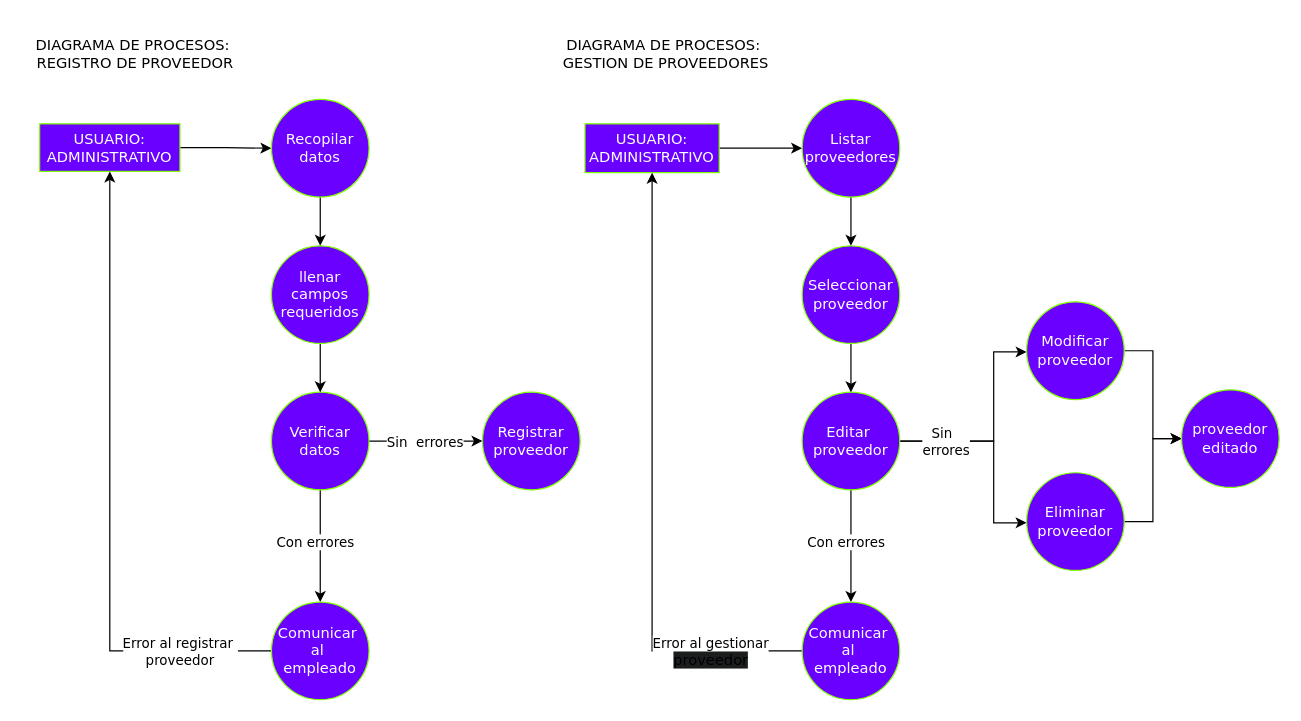
Before: page "REGISTRAR PROVEEDOR" (3 of 6) of diagrama de procesos/Diagrama de procesos.drawio in DevMaik-Droid/SistemaVentas, a draw.io diagram. Source tidied: cells renumbered, new cells numbered last; positions are measured from the earlier drawing's top-left corner, leaving out a move shared by most shapes. Both pictures are drawn from the tidied source at 122%, with x=0, y=0 at pixel (21, 28).
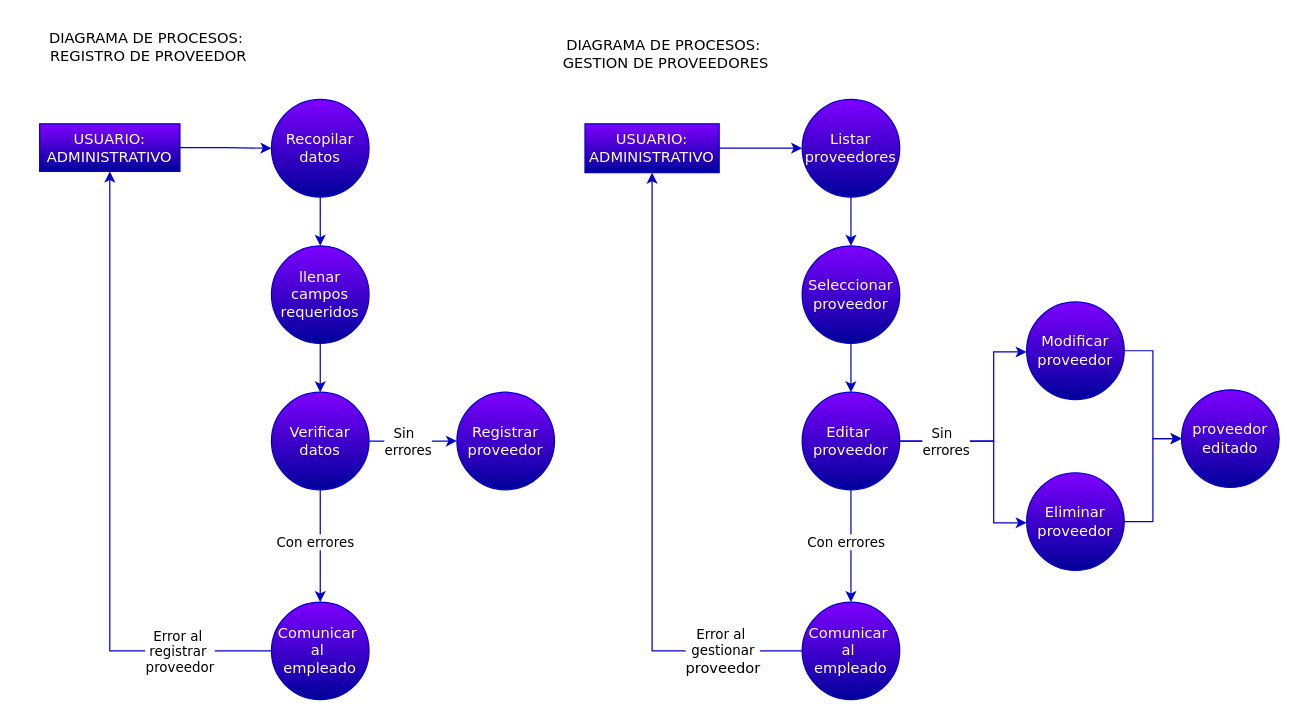
The same page after the edit.

Commit message (it also covers changes not shown here):
diagrama de procesos

ya editado denle una leida

Change to the diagram source:
```diff
@@
-<mxGraphModel>
+<mxGraphModel background="#ffffff">
@@
-    <mxCell id="2" value="DIAGRAMA DE PROCESOS:&amp;nbsp;&lt;div&gt;&lt;span style=&quot;background-color: initial;&quot;&gt;REGISTRO DE PROVEEDOR&lt;/span&gt;&lt;/div&gt;" style="text;html=1;align=center;verticalAlign=middle;strokeColor=none;fillColor=none;fontFamily=Verdana;" parent="1" vertex="1">
-      <mxGeometry width="186" height="41" as="geometry" />
+    <mxCell id="2" value="DIAGRAMA DE PROCESOS:&amp;nbsp;&lt;div&gt;&lt;span style=&quot;background-color: initial;&quot;&gt;REGISTRO DE PROVEEDOR&lt;/span&gt;&lt;/div&gt;" style="text;html=1;align=center;verticalAlign=middle;strokeColor=none;fillColor=none;fontFamily=Verdana;fontColor=#000000;" parent="1" vertex="1">
+      <mxGeometry x="11" y="-6" width="186" height="41" as="geometry" />
     </mxCell>
-    <mxCell id="3" style="edgeStyle=orthogonalEdgeStyle;rounded=0;jettySize=auto;html=1;fontFamily=Verdana;" parent="1" edge="1" source="4" target="6">
+    <mxCell id="3" style="edgeStyle=orthogonalEdgeStyle;rounded=0;jettySize=auto;html=1;fontFamily=Verdana;strokeColor=#0000CC;" parent="1" edge="1" source="4" target="6">
       <mxGeometry relative="1" as="geometry" />
     </mxCell>
-    <mxCell id="4" value="USUARIO:&lt;div&gt;ADMINISTRATIVO&lt;/div&gt;" style="whiteSpace=wrap;html=1;fillColor=#6a00ff;fontColor=#ffffff;strokeColor=#80FF00;fontFamily=Verdana;" parent="1" vertex="1">
+    <mxCell id="4" value="USUARIO:&lt;div&gt;ADMINISTRATIVO&lt;/div&gt;" style="whiteSpace=wrap;html=1;fillColor=#7F00FF;fontColor=#ffffff;strokeColor=#0000CC;fontFamily=Verdana;gradientColor=#000099;" parent="1" vertex="1">
       <mxGeometry x="15" y="78" width="115" height="39" as="geometry" />
     </mxCell>
-    <mxCell id="5" style="edgeStyle=orthogonalEdgeStyle;rounded=0;jettySize=auto;html=1;fontFamily=Verdana;" parent="1" edge="1" source="6" target="17">
+    <mxCell id="5" style="edgeStyle=orthogonalEdgeStyle;rounded=0;jettySize=auto;html=1;fontFamily=Verdana;strokeColor=#0000CC;" parent="1" edge="1" source="6" target="17">
       <mxGeometry relative="1" as="geometry" />
     </mxCell>
-    <mxCell id="6" value="&lt;div&gt;Recopilar&lt;/div&gt;&lt;div&gt;datos&lt;/div&gt;" style="ellipse;whiteSpace=wrap;html=1;fillColor=#6a00ff;fontColor=#ffffff;strokeColor=#80FF00;fontFamily=Verdana;" parent="1" vertex="1">
+    <mxCell id="6" value="&lt;div&gt;Recopilar&lt;/div&gt;&lt;div&gt;datos&lt;/div&gt;" style="ellipse;whiteSpace=wrap;html=1;fillColor=#7F00FF;fontColor=#ffffff;strokeColor=#0000CC;fontFamily=Verdana;gradientColor=#000099;" parent="1" vertex="1">
       <mxGeometry x="205" y="58" width="80" height="80" as="geometry" />
     </mxCell>
-    <mxCell id="7" style="edgeStyle=orthogonalEdgeStyle;rounded=0;jettySize=auto;html=1;fontFamily=Verdana;" parent="1" edge="1" source="11" target="14">
+    <mxCell id="7" style="edgeStyle=orthogonalEdgeStyle;rounded=0;jettySize=auto;html=1;fontFamily=Verdana;strokeColor=#0000CC;" parent="1" edge="1" source="11" target="14">
       <mxGeometry relative="1" as="geometry" />
     </mxCell>
-    <mxCell id="8" value="Con errores" style="edgeLabel;html=1;align=center;verticalAlign=middle;fontFamily=Verdana;" parent="7" vertex="1">
+    <mxCell id="8" value="Con errores" style="edgeLabel;html=1;align=center;verticalAlign=middle;fontFamily=Verdana;fontColor=#000000;labelBackgroundColor=#FFFFFF;" parent="7" vertex="1">
       <mxGeometry x="-0.39" y="-4" relative="1" as="geometry">
         <mxPoint x="-1" y="14" as="offset" />
       </mxGeometry>
     </mxCell>
-    <mxCell id="9" style="edgeStyle=orthogonalEdgeStyle;rounded=0;jettySize=auto;html=1;entryX=0;entryY=0.5;entryDx=0;entryDy=0;fontFamily=Verdana;" parent="1" edge="1" source="11" target="15">
+    <mxCell id="9" style="edgeStyle=orthogonalEdgeStyle;rounded=0;jettySize=auto;html=1;entryX=0;entryY=0.5;entryDx=0;entryDy=0;fontFamily=Verdana;strokeColor=#0000CC;" parent="1" edge="1" source="11" target="15">
       <mxGeometry relative="1" as="geometry" />
     </mxCell>
-    <mxCell id="10" value="Sin&amp;nbsp; errores" style="edgeLabel;html=1;align=center;verticalAlign=middle;fontFamily=Verdana;" parent="9" vertex="1">
+    <mxCell id="10" value="Sin&amp;nbsp;&amp;nbsp;&lt;div&gt;errores&lt;/div&gt;" style="edgeLabel;html=1;align=center;verticalAlign=middle;fontFamily=Verdana;fontColor=#000000;labelBackgroundColor=#FFFFFF;" parent="9" vertex="1">
       <mxGeometry x="-0.25" y="-2" relative="1" as="geometry">
-        <mxPoint x="10" y="-2" as="offset" />
+        <mxPoint x="4" y="-2" as="offset" />
       </mxGeometry>
     </mxCell>
-    <mxCell id="11" value="Verificar&lt;div&gt;datos&lt;/div&gt;" style="ellipse;whiteSpace=wrap;html=1;fillColor=#6a00ff;fontColor=#ffffff;strokeColor=#80FF00;fontFamily=Verdana;" parent="1" vertex="1">
+    <mxCell id="11" value="Verificar&lt;div&gt;datos&lt;/div&gt;" style="ellipse;whiteSpace=wrap;html=1;fillColor=#7F00FF;fontColor=#ffffff;strokeColor=#0000CC;fontFamily=Verdana;gradientColor=#000099;" parent="1" vertex="1">
       <mxGeometry x="205" y="298" width="80" height="80" as="geometry" />
     </mxCell>
-    <mxCell id="12" style="edgeStyle=orthogonalEdgeStyle;rounded=0;jettySize=auto;html=1;exitX=0;exitY=0.5;exitDx=0;exitDy=0;entryX=0.5;entryY=1;entryDx=0;entryDy=0;fontFamily=Verdana;" parent="1" edge="1" source="14" target="4">
+    <mxCell id="12" style="edgeStyle=orthogonalEdgeStyle;rounded=0;jettySize=auto;html=1;exitX=0;exitY=0.5;exitDx=0;exitDy=0;entryX=0.5;entryY=1;entryDx=0;entryDy=0;fontFamily=Verdana;strokeColor=#0000CC;" parent="1" edge="1" source="14" target="4">
       <mxGeometry relative="1" as="geometry" />
     </mxCell>
-    <mxCell id="13" value="Error al registrar&amp;nbsp;&lt;div&gt;proveedor&lt;/div&gt;" style="edgeLabel;html=1;align=center;verticalAlign=middle;fontFamily=Verdana;" parent="12" vertex="1">
+    <mxCell id="13" value="Error al&amp;nbsp;&lt;div&gt;registrar&amp;nbsp;&lt;div&gt;proveedor&lt;/div&gt;&lt;/div&gt;" style="edgeLabel;html=1;align=center;verticalAlign=middle;fontFamily=Verdana;fontColor=#000000;labelBackgroundColor=#FFFFFF;" parent="12" vertex="1">
       <mxGeometry x="-0.55" y="-4" relative="1" as="geometry">
         <mxPoint x="42" y="4" as="offset" />
       </mxGeometry>
     </mxCell>
-    <mxCell id="14" value="Comunicar&amp;nbsp;&lt;div&gt;al&amp;nbsp; empleado&lt;/div&gt;" style="ellipse;whiteSpace=wrap;html=1;fillColor=#6a00ff;fontColor=#ffffff;strokeColor=#80FF00;fontFamily=Verdana;" parent="1" vertex="1">
+    <mxCell id="14" value="Comunicar&amp;nbsp;&lt;div&gt;al&amp;nbsp; empleado&lt;/div&gt;" style="ellipse;whiteSpace=wrap;html=1;fillColor=#7F00FF;fontColor=#ffffff;strokeColor=#0000CC;fontFamily=Verdana;gradientColor=#000099;" parent="1" vertex="1">
       <mxGeometry x="205" y="470" width="80" height="80" as="geometry" />
     </mxCell>
-    <mxCell id="15" value="Registrar&lt;div&gt;proveedor&lt;/div&gt;" style="ellipse;whiteSpace=wrap;html=1;fillColor=#6a00ff;fontColor=#ffffff;strokeColor=#80FF00;fontFamily=Verdana;" parent="1" vertex="1">
-      <mxGeometry x="378" y="298" width="80" height="80" as="geometry" />
+    <mxCell id="15" value="Registrar&lt;div&gt;proveedor&lt;/div&gt;" style="ellipse;whiteSpace=wrap;html=1;fillColor=#7F00FF;fontColor=#ffffff;strokeColor=#0000CC;fontFamily=Verdana;gradientColor=#000099;" parent="1" vertex="1">
+      <mxGeometry x="357" y="298" width="80" height="80" as="geometry" />
     </mxCell>
-    <mxCell id="16" style="edgeStyle=orthogonalEdgeStyle;rounded=0;jettySize=auto;html=1;fontFamily=Verdana;" parent="1" edge="1" source="17" target="11">
+    <mxCell id="16" style="edgeStyle=orthogonalEdgeStyle;rounded=0;jettySize=auto;html=1;fontFamily=Verdana;strokeColor=#0000CC;" parent="1" edge="1" source="17" target="11">
       <mxGeometry relative="1" as="geometry" />
     </mxCell>
-    <mxCell id="17" value="&lt;div&gt;llenar&lt;/div&gt;&lt;div&gt;campos requeridos&lt;/div&gt;" style="ellipse;whiteSpace=wrap;html=1;fillColor=#6a00ff;fontColor=#ffffff;strokeColor=#80FF00;fontFamily=Verdana;" parent="1" vertex="1">
+    <mxCell id="17" value="&lt;div&gt;llenar&lt;/div&gt;&lt;div&gt;campos requeridos&lt;/div&gt;" style="ellipse;whiteSpace=wrap;html=1;fillColor=#7F00FF;fontColor=#ffffff;strokeColor=#0000CC;fontFamily=Verdana;gradientColor=#000099;" parent="1" vertex="1">
       <mxGeometry x="205" y="178" width="80" height="80" as="geometry" />
     </mxCell>
-    <mxCell id="18" value="DIAGRAMA DE PROCESOS:&amp;nbsp;&lt;div&gt;&lt;span style=&quot;background-color: initial;&quot;&gt;GESTION DE PROVEEDORES&lt;/span&gt;&lt;/div&gt;" style="text;html=1;align=center;verticalAlign=middle;strokeColor=none;fillColor=none;fontFamily=Verdana;" parent="1" vertex="1">
+    <mxCell id="18" value="DIAGRAMA DE PROCESOS:&amp;nbsp;&lt;div&gt;&lt;span style=&quot;background-color: initial;&quot;&gt;GESTION DE PROVEEDORES&lt;/span&gt;&lt;/div&gt;" style="text;html=1;align=center;verticalAlign=middle;strokeColor=none;fillColor=none;fontFamily=Verdana;fontColor=#000000;" parent="1" vertex="1">
       <mxGeometry x="433" width="190" height="41" as="geometry" />
     </mxCell>
-    <mxCell id="19" style="edgeStyle=orthogonalEdgeStyle;rounded=0;jettySize=auto;html=1;fontFamily=Verdana;" parent="1" edge="1" source="20" target="22">
+    <mxCell id="19" style="edgeStyle=orthogonalEdgeStyle;rounded=0;jettySize=auto;html=1;fontFamily=Verdana;strokeColor=#0000CC;" parent="1" edge="1" source="20" target="22">
       <mxGeometry relative="1" as="geometry" />
     </mxCell>
-    <mxCell id="20" value="USUARIO:&lt;div&gt;ADMINISTRATIVO&lt;/div&gt;" style="whiteSpace=wrap;html=1;fillColor=#6a00ff;fontColor=#ffffff;strokeColor=#80FF00;fontFamily=Verdana;" parent="1" vertex="1">
+    <mxCell id="20" value="USUARIO:&lt;div&gt;ADMINISTRATIVO&lt;/div&gt;" style="whiteSpace=wrap;html=1;fillColor=#7F00FF;fontColor=#ffffff;strokeColor=#0000CC;fontFamily=Verdana;gradientColor=#000099;" parent="1" vertex="1">
       <mxGeometry x="462" y="78" width="110" height="40" as="geometry" />
     </mxCell>
-    <mxCell id="21" style="edgeStyle=orthogonalEdgeStyle;rounded=0;jettySize=auto;html=1;fontFamily=Verdana;" parent="1" edge="1" source="22" target="35">
+    <mxCell id="21" style="edgeStyle=orthogonalEdgeStyle;rounded=0;jettySize=auto;html=1;fontFamily=Verdana;strokeColor=#0000CC;" parent="1" edge="1" source="22" target="35">
       <mxGeometry relative="1" as="geometry" />
     </mxCell>
-    <mxCell id="22" value="Listar&lt;div&gt;proveedores&lt;/div&gt;" style="ellipse;whiteSpace=wrap;html=1;fillColor=#6a00ff;fontColor=#ffffff;strokeColor=#80FF00;fontFamily=Verdana;" parent="1" vertex="1">
+    <mxCell id="22" value="Listar&lt;div&gt;proveedores&lt;/div&gt;" style="ellipse;whiteSpace=wrap;html=1;fillColor=#7F00FF;fontColor=#ffffff;strokeColor=#0000CC;fontFamily=Verdana;gradientColor=#000099;" parent="1" vertex="1">
       <mxGeometry x="640" y="58" width="80" height="80" as="geometry" />
     </mxCell>
-    <mxCell id="23" style="edgeStyle=orthogonalEdgeStyle;rounded=0;jettySize=auto;html=1;fontFamily=Verdana;" parent="1" edge="1" source="28" target="31">
+    <mxCell id="23" style="edgeStyle=orthogonalEdgeStyle;rounded=0;jettySize=auto;html=1;fontFamily=Verdana;strokeColor=#0000CC;" parent="1" edge="1" source="28" target="31">
       <mxGeometry relative="1" as="geometry" />
     </mxCell>
-    <mxCell id="24" value="Con errores" style="edgeLabel;html=1;align=center;verticalAlign=middle;fontFamily=Verdana;" parent="23" vertex="1">
+    <mxCell id="24" value="Con errores" style="edgeLabel;html=1;align=center;verticalAlign=middle;fontFamily=Verdana;fontColor=#000000;labelBackgroundColor=#FFFFFF;" parent="23" vertex="1">
       <mxGeometry x="-0.39" y="-4" relative="1" as="geometry">
         <mxPoint x="-1" y="14" as="offset" />
       </mxGeometry>
     </mxCell>
-    <mxCell id="25" style="edgeStyle=orthogonalEdgeStyle;rounded=0;jettySize=auto;html=1;fontFamily=Verdana;" parent="1" edge="1" source="28" target="33">
+    <mxCell id="25" style="edgeStyle=orthogonalEdgeStyle;rounded=0;jettySize=auto;html=1;fontFamily=Verdana;strokeColor=#0000CC;" parent="1" edge="1" source="28" target="33">
       <mxGeometry relative="1" as="geometry">
         <Array as="points">
           <mxPoint x="797" y="338" />
           <mxPoint x="797" y="265" />
         </Array>
       </mxGeometry>
     </mxCell>
-    <mxCell id="26" style="edgeStyle=orthogonalEdgeStyle;rounded=0;jettySize=auto;html=1;fontFamily=Verdana;" parent="1" edge="1" source="28" target="37">
+    <mxCell id="26" style="edgeStyle=orthogonalEdgeStyle;rounded=0;jettySize=auto;html=1;fontFamily=Verdana;strokeColor=#0000CC;" parent="1" edge="1" source="28" target="37">
       <mxGeometry relative="1" as="geometry">
         <Array as="points">
           <mxPoint x="797" y="338" />
           <mxPoint x="797" y="405" />
         </Array>
       </mxGeometry>
     </mxCell>
-    <mxCell id="27" value="Sin&amp;nbsp;&amp;nbsp;&lt;div&gt;errores&lt;/div&gt;" style="edgeLabel;html=1;align=center;verticalAlign=middle;fontFamily=Verdana;" parent="26" vertex="1">
+    <mxCell id="27" value="Sin&amp;nbsp;&amp;nbsp;&lt;div&gt;errores&lt;/div&gt;" style="edgeLabel;html=1;align=center;verticalAlign=middle;fontFamily=Verdana;fontColor=#000000;labelBackgroundColor=#FFFFFF;" parent="26" vertex="1">
       <mxGeometry x="-0.46" relative="1" as="geometry">
         <mxPoint x="-9" as="offset" />
       </mxGeometry>
     </mxCell>
-    <mxCell id="28" value="Editar&amp;nbsp;&lt;div&gt;proveedor&lt;/div&gt;" style="ellipse;whiteSpace=wrap;html=1;fillColor=#6a00ff;fontColor=#ffffff;strokeColor=#80FF00;fontFamily=Verdana;" parent="1" vertex="1">
+    <mxCell id="28" value="Editar&amp;nbsp;&lt;div&gt;proveedor&lt;/div&gt;" style="ellipse;whiteSpace=wrap;html=1;fillColor=#7F00FF;fontColor=#ffffff;strokeColor=#0000CC;fontFamily=Verdana;gradientColor=#000099;" parent="1" vertex="1">
       <mxGeometry x="640" y="298" width="80" height="80" as="geometry" />
     </mxCell>
-    <mxCell id="29" style="edgeStyle=orthogonalEdgeStyle;rounded=0;jettySize=auto;html=1;exitX=0;exitY=0.5;exitDx=0;exitDy=0;entryX=0.5;entryY=1;entryDx=0;entryDy=0;fontFamily=Verdana;" parent="1" edge="1" source="31" target="20">
+    <mxCell id="29" style="edgeStyle=orthogonalEdgeStyle;rounded=0;jettySize=auto;html=1;exitX=0;exitY=0.5;exitDx=0;exitDy=0;entryX=0.5;entryY=1;entryDx=0;entryDy=0;fontFamily=Verdana;strokeColor=#0000CC;" parent="1" edge="1" source="31" target="20">
       <mxGeometry relative="1" as="geometry" />
     </mxCell>
-    <mxCell id="30" value="Error al gestionar&lt;div&gt;&lt;span style=&quot;font-size: 12px; text-wrap: wrap; background-color: rgb(27, 29, 30);&quot;&gt;proveedor&lt;/span&gt;&lt;br&gt;&lt;/div&gt;" style="edgeLabel;html=1;align=center;verticalAlign=middle;fontFamily=Verdana;" parent="29" vertex="1">
+    <mxCell id="30" value="Error al&amp;nbsp;&lt;div&gt;gestionar&lt;div&gt;&lt;span style=&quot;font-size: 12px; text-wrap: wrap;&quot;&gt;proveedor&lt;/span&gt;&lt;br&gt;&lt;/div&gt;&lt;/div&gt;" style="edgeLabel;html=1;align=center;verticalAlign=middle;fontFamily=Verdana;fontColor=#000000;labelBackgroundColor=#FFFFFF;" parent="29" vertex="1">
       <mxGeometry x="-0.55" y="-4" relative="1" as="geometry">
-        <mxPoint x="40" y="4" as="offset" />
+        <mxPoint x="50" y="4" as="offset" />
       </mxGeometry>
     </mxCell>
-    <mxCell id="31" value="Comunicar&amp;nbsp;&lt;div&gt;al&amp;nbsp; empleado&lt;/div&gt;" style="ellipse;whiteSpace=wrap;html=1;fillColor=#6a00ff;fontColor=#ffffff;strokeColor=#80FF00;fontFamily=Verdana;" parent="1" vertex="1">
+    <mxCell id="31" value="Comunicar&amp;nbsp;&lt;div&gt;al&amp;nbsp; empleado&lt;/div&gt;" style="ellipse;whiteSpace=wrap;html=1;fillColor=#7F00FF;fontColor=#ffffff;strokeColor=#0000CC;fontFamily=Verdana;gradientColor=#000099;" parent="1" vertex="1">
       <mxGeometry x="640" y="470" width="80" height="80" as="geometry" />
     </mxCell>
-    <mxCell id="32" style="edgeStyle=orthogonalEdgeStyle;rounded=0;jettySize=auto;html=1;fontFamily=Verdana;" parent="1" edge="1" source="33" target="38">
+    <mxCell id="32" style="edgeStyle=orthogonalEdgeStyle;rounded=0;jettySize=auto;html=1;fontFamily=Verdana;strokeColor=#0000CC;" parent="1" edge="1" source="33" target="38">
       <mxGeometry relative="1" as="geometry" />
     </mxCell>
-    <mxCell id="33" value="&lt;div&gt;Modificar&lt;/div&gt;&lt;div&gt;proveedor&lt;br&gt;&lt;/div&gt;" style="ellipse;whiteSpace=wrap;html=1;fillColor=#6a00ff;fontColor=#ffffff;strokeColor=#80FF00;fontFamily=Verdana;" parent="1" vertex="1">
+    <mxCell id="33" value="&lt;div&gt;Modificar&lt;/div&gt;&lt;div&gt;proveedor&lt;br&gt;&lt;/div&gt;" style="ellipse;whiteSpace=wrap;html=1;fillColor=#7F00FF;fontColor=#ffffff;strokeColor=#0000CC;fontFamily=Verdana;gradientColor=#000099;" parent="1" vertex="1">
       <mxGeometry x="824" y="224" width="80" height="80" as="geometry" />
     </mxCell>
-    <mxCell id="34" style="edgeStyle=orthogonalEdgeStyle;rounded=0;jettySize=auto;html=1;fontFamily=Verdana;" parent="1" edge="1" source="35" target="28">
+    <mxCell id="34" style="edgeStyle=orthogonalEdgeStyle;rounded=0;jettySize=auto;html=1;fontFamily=Verdana;strokeColor=#0000CC;" parent="1" edge="1" source="35" target="28">
       <mxGeometry relative="1" as="geometry" />
     </mxCell>
-    <mxCell id="35" value="&lt;div&gt;Seleccionar&lt;/div&gt;&lt;div&gt;proveedor&lt;/div&gt;" style="ellipse;whiteSpace=wrap;html=1;fillColor=#6a00ff;fontColor=#ffffff;strokeColor=#80FF00;fontFamily=Verdana;" parent="1" vertex="1">
+    <mxCell id="35" value="&lt;div&gt;Seleccionar&lt;/div&gt;&lt;div&gt;proveedor&lt;/div&gt;" style="ellipse;whiteSpace=wrap;html=1;fillColor=#7F00FF;fontColor=#ffffff;strokeColor=#0000CC;fontFamily=Verdana;gradientColor=#000099;" parent="1" vertex="1">
       <mxGeometry x="640" y="178" width="80" height="80" as="geometry" />
     </mxCell>
-    <mxCell id="36" style="edgeStyle=orthogonalEdgeStyle;rounded=0;jettySize=auto;html=1;fontFamily=Verdana;" parent="1" edge="1" source="37" target="38">
+    <mxCell id="36" style="edgeStyle=orthogonalEdgeStyle;rounded=0;jettySize=auto;html=1;fontFamily=Verdana;strokeColor=#0000CC;" parent="1" edge="1" source="37" target="38">
       <mxGeometry relative="1" as="geometry" />
     </mxCell>
-    <mxCell id="37" value="Eliminar&lt;div&gt;proveedor&lt;br&gt;&lt;/div&gt;" style="ellipse;whiteSpace=wrap;html=1;fillColor=#6a00ff;fontColor=#ffffff;strokeColor=#80FF00;fontFamily=Verdana;" parent="1" vertex="1">
+    <mxCell id="37" value="Eliminar&lt;div&gt;proveedor&lt;br&gt;&lt;/div&gt;" style="ellipse;whiteSpace=wrap;html=1;fillColor=#7F00FF;fontColor=#ffffff;strokeColor=#0000CC;fontFamily=Verdana;gradientColor=#000099;" parent="1" vertex="1">
       <mxGeometry x="824" y="364" width="80" height="80" as="geometry" />
     </mxCell>
-    <mxCell id="38" value="&lt;div&gt;proveedor&lt;/div&gt;&lt;div&gt;editado&lt;/div&gt;" style="ellipse;whiteSpace=wrap;html=1;fillColor=#6a00ff;fontColor=#ffffff;strokeColor=#80FF00;fontFamily=Verdana;" parent="1" vertex="1">
+    <mxCell id="38" value="&lt;div&gt;proveedor&lt;/div&gt;&lt;div&gt;editado&lt;/div&gt;" style="ellipse;whiteSpace=wrap;html=1;fillColor=#7F00FF;fontColor=#ffffff;strokeColor=#0000CC;fontFamily=Verdana;gradientColor=#000099;" parent="1" vertex="1">
       <mxGeometry x="951" y="296" width="80" height="80" as="geometry" />
     </mxCell>
```
